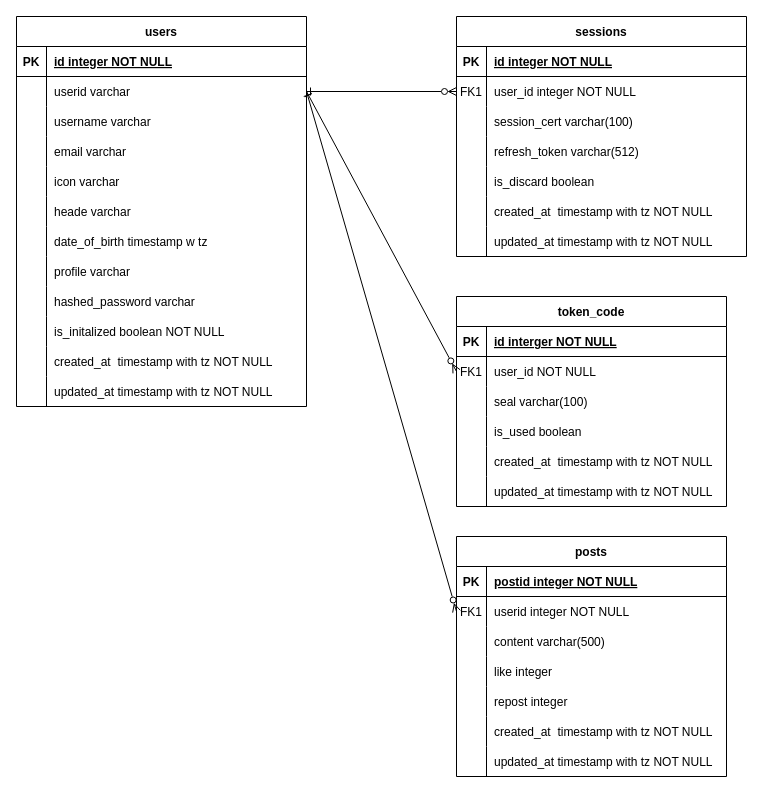
The draw.io diagram vrc_sns.drawio in Milix-M/vrc_sns_backend, before the edit. Source tidied: cells renumbered, new cells numbered last; positions are measured from the earlier drawing's top-left corner, leaving out a move shared by most shapes. Both pictures are drawn from the tidied source at 100%, with x=0, y=0 at pixel (16, 16).
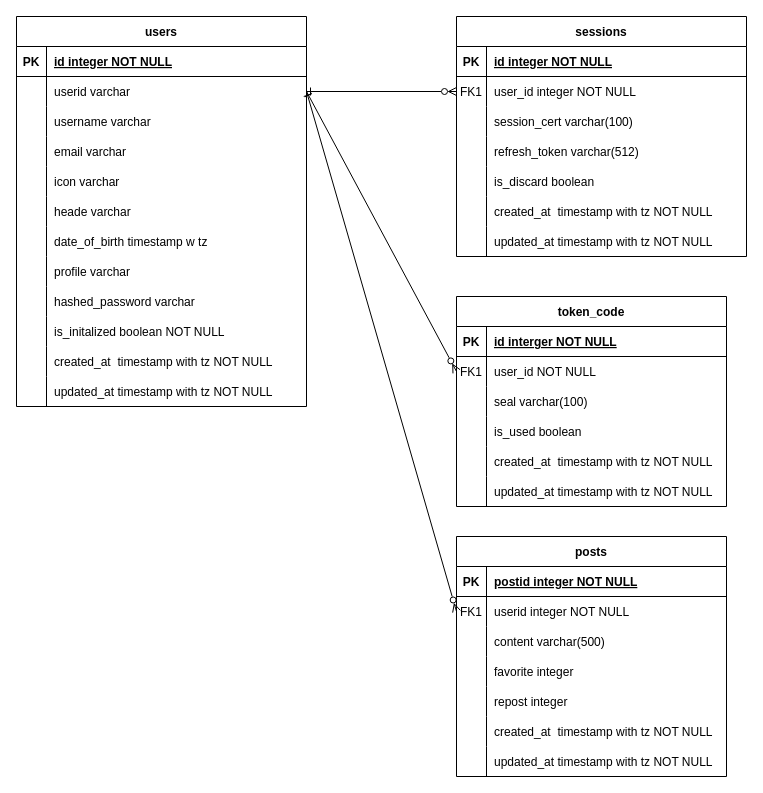
Above is the later version.

The change refers to these unchanged cells:
```xml
<mxCell id="90" style="shape=tableRow;horizontal=0;startSize=0;swimlaneHead=0;swimlaneBody=0;fillColor=none;top=0;left=0;right=0;bottom=0;" parent="80" vertex="1">
  <mxGeometry y="120" width="270" height="30" as="geometry" />
</mxCell>
```

Diff of the diagram source:
```diff
@@
-    <mxCell id="92" value="like integer" style="shape=partialRectangle;fillColor=none;top=0;left=0;bottom=0;right=0;align=left;spacingLeft=6;overflow=hidden;" parent="90" vertex="1">
+    <mxCell id="92" value="favorite integer" style="shape=partialRectangle;fillColor=none;top=0;left=0;bottom=0;right=0;align=left;spacingLeft=6;overflow=hidden;" parent="90" vertex="1">
       <mxGeometry x="30" width="240" height="30" as="geometry" />
     </mxCell>
```
